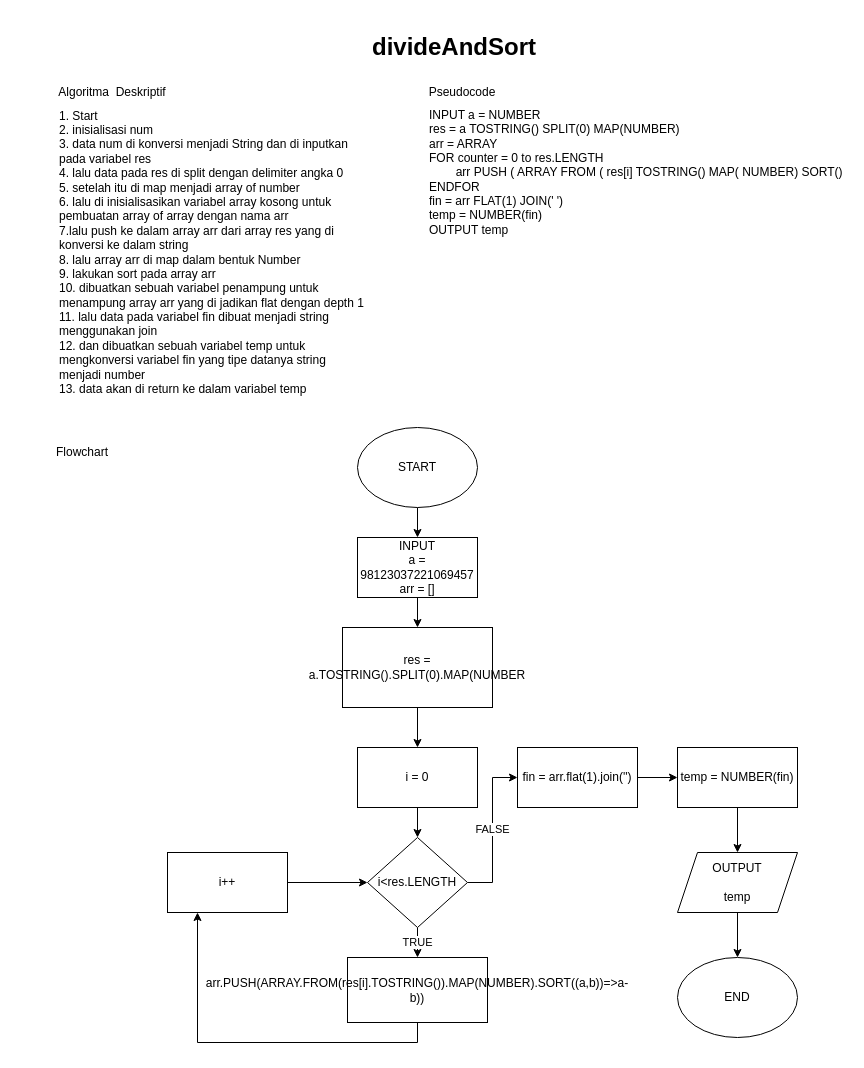
Before: divideAndSort.drawio in aviantofan/fw5-javascript4, a draw.io diagram. Source tidied: cells renumbered, new cells numbered last; positions are measured from the earlier drawing's top-left corner, leaving out a move shared by most shapes. Both pictures are drawn from the tidied source at 100%, with x=0, y=0 at pixel (17, 27).
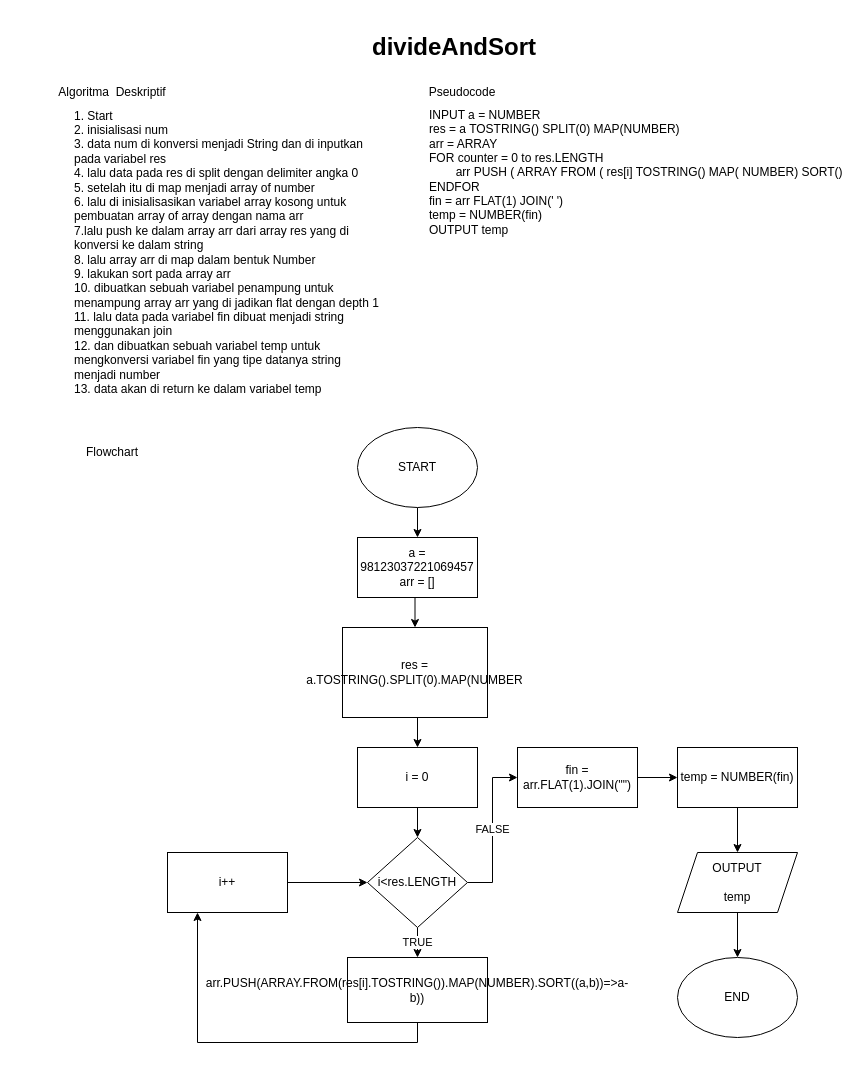
The same page after the edit.

Commit message:
Give a little changes

Change to the diagram source:
```diff
@@
     <mxCell id="4" value="1. Start&lt;br&gt;2. inisialisasi num&lt;br&gt;3. data num di konversi menjadi String dan di inputkan pada variabel res&lt;br&gt;4. lalu data pada res di split dengan delimiter angka 0&lt;br&gt;5. setelah itu di map menjadi array of number&lt;br&gt;6. lalu di inisialisasikan variabel array kosong untuk pembuatan array of array dengan nama arr&lt;br&gt;7.lalu push ke dalam array arr dari array res yang di konversi ke dalam string&lt;br&gt;8. lalu array arr di map dalam bentuk Number&lt;br&gt;9. lakukan sort pada array arr&lt;br&gt;10. dibuatkan sebuah variabel penampung untuk menampung array arr yang di jadikan flat dengan depth 1&lt;br&gt;11. lalu data pada variabel fin dibuat menjadi string menggunakan join&lt;br&gt;12. dan dibuatkan sebuah variabel temp untuk mengkonversi variabel fin yang tipe datanya string menjadi number&lt;br&gt;13. data akan di return ke dalam variabel temp" style="text;html=1;strokeColor=none;fillColor=none;align=left;verticalAlign=middle;whiteSpace=wrap;rounded=0;" parent="1" vertex="1">
-      <mxGeometry x="40" y="210" width="310" height="30" as="geometry" />
+      <mxGeometry x="55" y="210" width="310" height="30" as="geometry" />
     </mxCell>
@@
     <mxCell id="7" value="Flowchart" style="text;html=1;strokeColor=none;fillColor=none;align=center;verticalAlign=middle;whiteSpace=wrap;rounded=0;" parent="1" vertex="1">
-      <mxGeometry y="410" width="130" height="30" as="geometry" />
+      <mxGeometry x="30" y="410" width="130" height="30" as="geometry" />
     </mxCell>
@@
-    <mxCell id="11" value="INPUT&lt;br&gt;a = 98123037221069457&lt;br&gt;arr = []" style="rounded=0;whiteSpace=wrap;html=1;" parent="1" vertex="1">
+    <mxCell id="11" value="a = 98123037221069457&lt;br&gt;arr = []" style="rounded=0;whiteSpace=wrap;html=1;" parent="1" vertex="1">
       <mxGeometry x="340" y="510" width="120" height="60" as="geometry" />
     </mxCell>
@@
     <mxCell id="13" value="res = a.TOSTRING().SPLIT(0).MAP(NUMBER" style="rounded=0;whiteSpace=wrap;html=1;" parent="1" vertex="1">
-      <mxGeometry x="325" y="600" width="150" height="80" as="geometry" />
+      <mxGeometry x="325" y="600" width="145" height="90" as="geometry" />
     </mxCell>
@@
-    <mxCell id="24" value="fin = arr.flat(1).join('')" style="rounded=0;whiteSpace=wrap;html=1;" parent="1" vertex="1">
+    <mxCell id="24" value="fin = arr.FLAT(1).JOIN(''&quot;)" style="rounded=0;whiteSpace=wrap;html=1;" parent="1" vertex="1">
       <mxGeometry x="500" y="720" width="120" height="60" as="geometry" />
     </mxCell>
```
